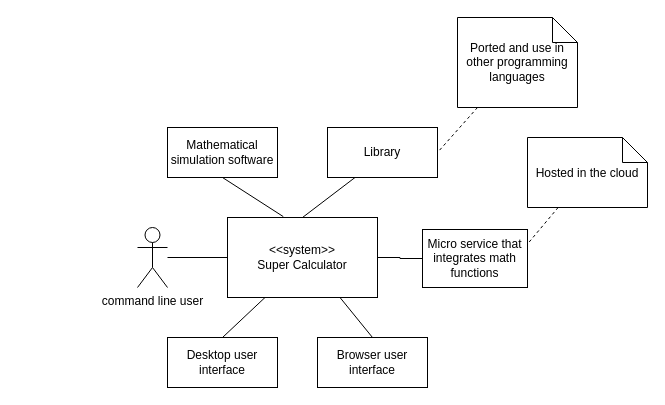
zangelus/SuperCalculator keeps this draw.io diagram as Resources/context_diagram_calculator.drawio. Above is the earlier version. Source tidied: cells renumbered, new cells numbered last; positions are measured from the earlier drawing's top-left corner, leaving out a move shared by most shapes. Both pictures are drawn from the tidied source at 100%, with x=0, y=0 at pixel (137, 17).
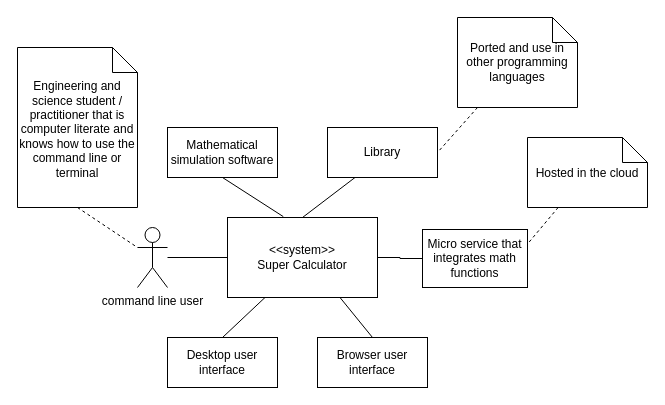
After the change.

Commit message:
add specific users that will use the calculator

Unchanged cells that the change refers to:
```xml
<mxCell id="5" value="command line user" style="shape=umlActor;verticalLabelPosition=bottom;verticalAlign=top;html=1;outlineConnect=0;" parent="1" vertex="1">
  <mxGeometry y="210" width="30" height="60" as="geometry" />
</mxCell>
```

Diff of the diagram source:
```diff
@@
+    <mxCell id="19" value="Engineering and science student / practitioner that is computer literate and knows how to use the command line or terminal" style="shape=note2;boundedLbl=1;whiteSpace=wrap;html=1;size=25;verticalAlign=bottom;align=center;" parent="1" vertex="1">
+      <mxGeometry x="-120" y="30" width="120" height="160" as="geometry" />
+    </mxCell>
+    <mxCell id="20" style="rounded=0;jettySize=auto;html=1;entryX=0;entryY=0.3333333333333333;entryDx=0;entryDy=0;endArrow=none;endFill=0;dashed=1;exitX=0.5;exitY=1;exitDx=0;exitDy=0;exitPerimeter=0;entryPerimeter=0;" parent="1" edge="1" source="19" target="5">
+      <mxGeometry relative="1" as="geometry" />
+    </mxCell>
```
